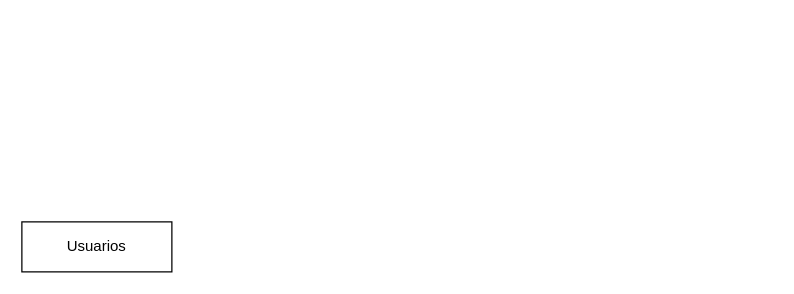
Before: DER/WebCursosOnline.drawio in AlejoCera/Web-de-Cursos-Online, a draw.io diagram. Source tidied: cells renumbered, new cells numbered last; positions are measured from the earlier drawing's top-left corner, leaving out a move shared by most shapes. Both pictures are drawn from the tidied source at 125%, with x=0, y=0 at pixel (21, 221).
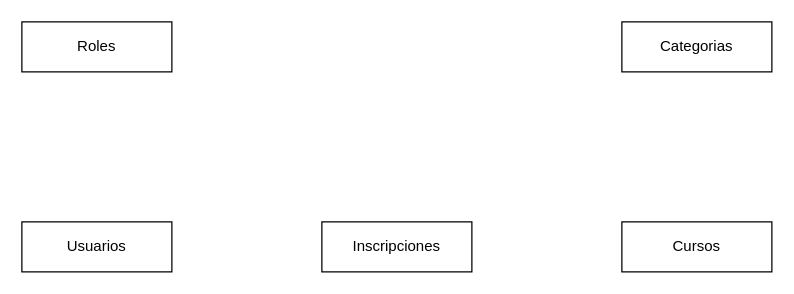
The same page after the edit.

Commit message:
Actualización DER probando sincronización entre las Diagrams y Github

What changed in the source:
```diff
@@
 <mxGraphModel>
   <root>
     <mxCell id="0" />
     <mxCell id="1" parent="0" />
     <mxCell id="2" value="Usuarios" style="rounded=0;whiteSpace=wrap;html=1;" parent="1" vertex="1">
       <mxGeometry width="120" height="40" as="geometry" />
     </mxCell>
+    <mxCell id="3" value="Cursos" style="rounded=0;whiteSpace=wrap;html=1;" parent="1" vertex="1">
+      <mxGeometry x="480" width="120" height="40" as="geometry" />
+    </mxCell>
+    <mxCell id="4" value="Inscripciones" style="rounded=0;whiteSpace=wrap;html=1;" parent="1" vertex="1">
+      <mxGeometry x="240" width="120" height="40" as="geometry" />
+    </mxCell>
+    <mxCell id="5" value="Categorias" style="rounded=0;whiteSpace=wrap;html=1;" parent="1" vertex="1">
+      <mxGeometry x="480" y="-160" width="120" height="40" as="geometry" />
+    </mxCell>
+    <mxCell id="6" value="Roles" style="rounded=0;whiteSpace=wrap;html=1;" parent="1" vertex="1">
+      <mxGeometry y="-160" width="120" height="40" as="geometry" />
+    </mxCell>
   </root>
 </mxGraphModel>
```
